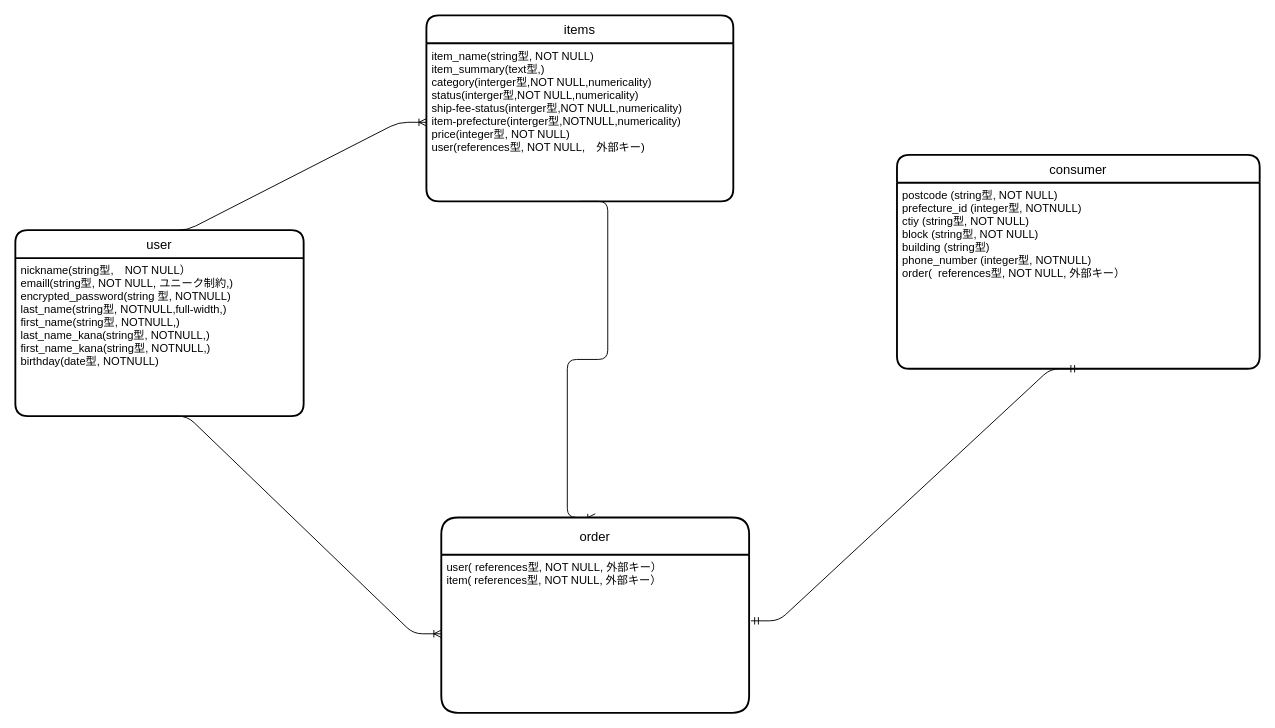
This is furima.dio from c244a0/furima-38196, a draw.io file, before an edit. Source tidied: cells renumbered, new cells numbered last; positions are measured from the earlier drawing's top-left corner, leaving out a move shared by most shapes. Both pictures are drawn from the tidied source at 93%, with x=0, y=0 at pixel (15, 15).
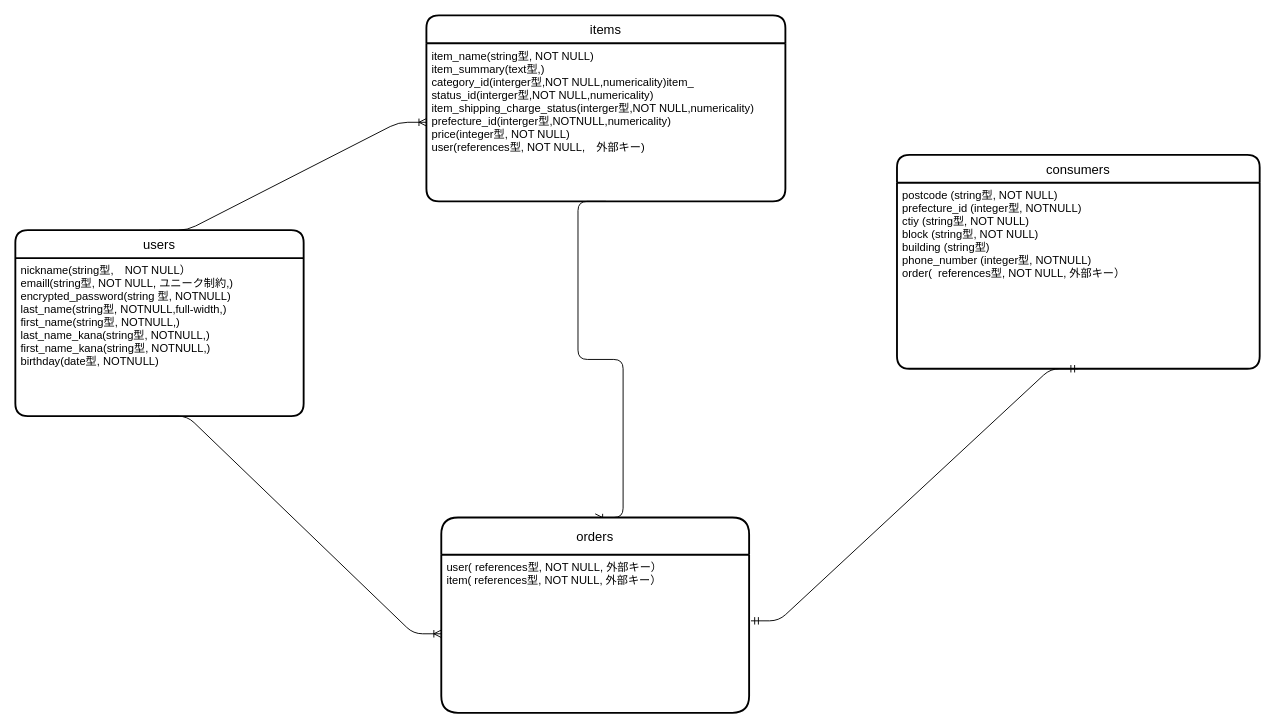
After the change.

Commit message (it also covers changes not shown here):
データベース設計　修正版４

Change to the diagram source:
```diff
@@
 <mxGraphModel>
   <root>
     <mxCell id="0" />
     <mxCell id="1" parent="0" />
-    <mxCell id="2" value="user" style="swimlane;horizontal=1;startSize=30;rounded=1;fontSize=14;fontStyle=0;strokeWidth=2;shadow=0;dashed=0;align=center;" parent="1" vertex="1">
+    <mxCell id="2" value="users" style="swimlane;horizontal=1;startSize=30;rounded=1;fontSize=14;fontStyle=0;strokeWidth=2;shadow=0;dashed=0;align=center;" parent="1" vertex="1">
       <mxGeometry y="231" width="310" height="200" as="geometry" />
     </mxCell>
     <mxCell id="3" value="nickname(string型,　NOT NULL）&#10;emaill(string型, NOT NULL, ユニーク制約,)&#10;encrypted_password(string 型, NOTNULL)&#10;last_name(string型, NOTNULL,full-width,)&#10;first_name(string型, NOTNULL,)&#10;last_name_kana(string型, NOTNULL,)&#10;first_name_kana(string型, NOTNULL,)&#10;birthday(date型, NOTNULL)" style="align=left;strokeColor=none;fillColor=none;spacingLeft=4;fontSize=12;verticalAlign=top;" parent="2" vertex="1">
       <mxGeometry y="30" width="310" height="170" as="geometry" />
     </mxCell>
     <mxCell id="4" value="items" style="swimlane;horizontal=1;startSize=30;rounded=1;fontSize=14;fontStyle=0;strokeWidth=2;shadow=0;dashed=0;align=center;" parent="1" vertex="1">
-      <mxGeometry x="442" width="330" height="200" as="geometry" />
+      <mxGeometry x="442" width="386" height="200" as="geometry" />
     </mxCell>
-    <mxCell id="5" value="item_name(string型, NOT NULL)&#10;item_summary(text型,)&#10;category(interger型,NOT NULL,numericality)&#10;status(interger型,NOT NULL,numericality)&#10;ship-fee-status(interger型,NOT NULL,numericality)&#10;item-prefecture(interger型,NOTNULL,numericality)&#10;price(integer型, NOT NULL)&#10;user(references型, NOT NULL,　外部キー)" style="align=left;strokeColor=none;fillColor=none;spacingLeft=4;fontSize=12;verticalAlign=top;" parent="4" vertex="1">
-      <mxGeometry y="30" width="330" height="170" as="geometry" />
+    <mxCell id="5" value="item_name(string型, NOT NULL)&#10;item_summary(text型,)&#10;category_id(interger型,NOT NULL,numericality)item_&#10;status_id(interger型,NOT NULL,numericality)&#10;item_shipping_charge_status(interger型,NOT NULL,numericality)&#10;prefecture_id(interger型,NOTNULL,numericality)&#10;price(integer型, NOT NULL)&#10;user(references型, NOT NULL,　外部キー)" style="align=left;strokeColor=none;fillColor=none;spacingLeft=4;fontSize=12;verticalAlign=top;" parent="4" vertex="1">
+      <mxGeometry y="30" width="386" height="170" as="geometry" />
     </mxCell>
     <mxCell id="6" style="edgeStyle=entityRelationEdgeStyle;fontSize=12;html=1;endArrow=ERoneToMany;exitX=0.5;exitY=0;exitDx=0;exitDy=0;entryX=0;entryY=0.5;entryDx=0;entryDy=0;" parent="1" edge="1" source="2" target="5">
       <mxGeometry relative="1" as="geometry" />
     </mxCell>
     <mxCell id="7" style="edgeStyle=entityRelationEdgeStyle;fontSize=12;html=1;endArrow=ERoneToMany;exitX=0.5;exitY=1;exitDx=0;exitDy=0;entryX=0;entryY=0.5;entryDx=0;entryDy=0;" parent="1" edge="1" source="3" target="12">
       <mxGeometry relative="1" as="geometry" />
     </mxCell>
     <mxCell id="8" style="edgeStyle=entityRelationEdgeStyle;fontSize=12;html=1;endArrow=ERoneToMany;entryX=0.5;entryY=0;entryDx=0;entryDy=0;exitX=0.5;exitY=1;exitDx=0;exitDy=0;" parent="1" edge="1" source="5" target="11">
       <mxGeometry relative="1" as="geometry" />
     </mxCell>
-    <mxCell id="9" value="consumer" style="swimlane;horizontal=1;startSize=30;rounded=1;fontSize=14;fontStyle=0;strokeWidth=2;shadow=0;dashed=0;align=center;" parent="1" vertex="1">
+    <mxCell id="9" value="consumers" style="swimlane;horizontal=1;startSize=30;rounded=1;fontSize=14;fontStyle=0;strokeWidth=2;shadow=0;dashed=0;align=center;" parent="1" vertex="1">
       <mxGeometry x="948" y="150" width="390" height="230" as="geometry" />
     </mxCell>
     <mxCell id="10" value="postcode (string型, NOT NULL)&#10;prefecture_id (integer型, NOTNULL)&#10;ctiy (string型, NOT NULL)&#10;block (string型, NOT NULL)&#10;building (string型)&#10;phone_number (integer型, NOTNULL)&#10;order(  references型, NOT NULL, 外部キー）" style="align=left;strokeColor=none;fillColor=none;spacingLeft=4;fontSize=12;verticalAlign=top;" parent="9" vertex="1">
       <mxGeometry y="30" width="390" height="200" as="geometry" />
     </mxCell>
-    <mxCell id="11" value="order" style="swimlane;horizontal=1;startSize=40;rounded=1;fontSize=14;fontStyle=0;strokeWidth=2;shadow=0;dashed=0;align=center;" parent="1" vertex="1">
+    <mxCell id="11" value="orders" style="swimlane;horizontal=1;startSize=40;rounded=1;fontSize=14;fontStyle=0;strokeWidth=2;shadow=0;dashed=0;align=center;" parent="1" vertex="1">
       <mxGeometry x="458" y="540" width="331" height="210" as="geometry" />
     </mxCell>
     <mxCell id="12" value="user( references型, NOT NULL, 外部キー）&#10;item( references型, NOT NULL, 外部キー）" style="align=left;strokeColor=none;fillColor=none;spacingLeft=4;fontSize=12;verticalAlign=top;" parent="11" vertex="1">
       <mxGeometry y="40" width="331" height="170" as="geometry" />
     </mxCell>
     <mxCell id="13" style="edgeStyle=entityRelationEdgeStyle;fontSize=12;html=1;endArrow=ERmandOne;startArrow=ERmandOne;exitX=1.006;exitY=0.418;exitDx=0;exitDy=0;exitPerimeter=0;entryX=0.5;entryY=1;entryDx=0;entryDy=0;" parent="1" edge="1" source="12" target="10">
       <mxGeometry relative="1" as="geometry" />
     </mxCell>
   </root>
 </mxGraphModel>
```
